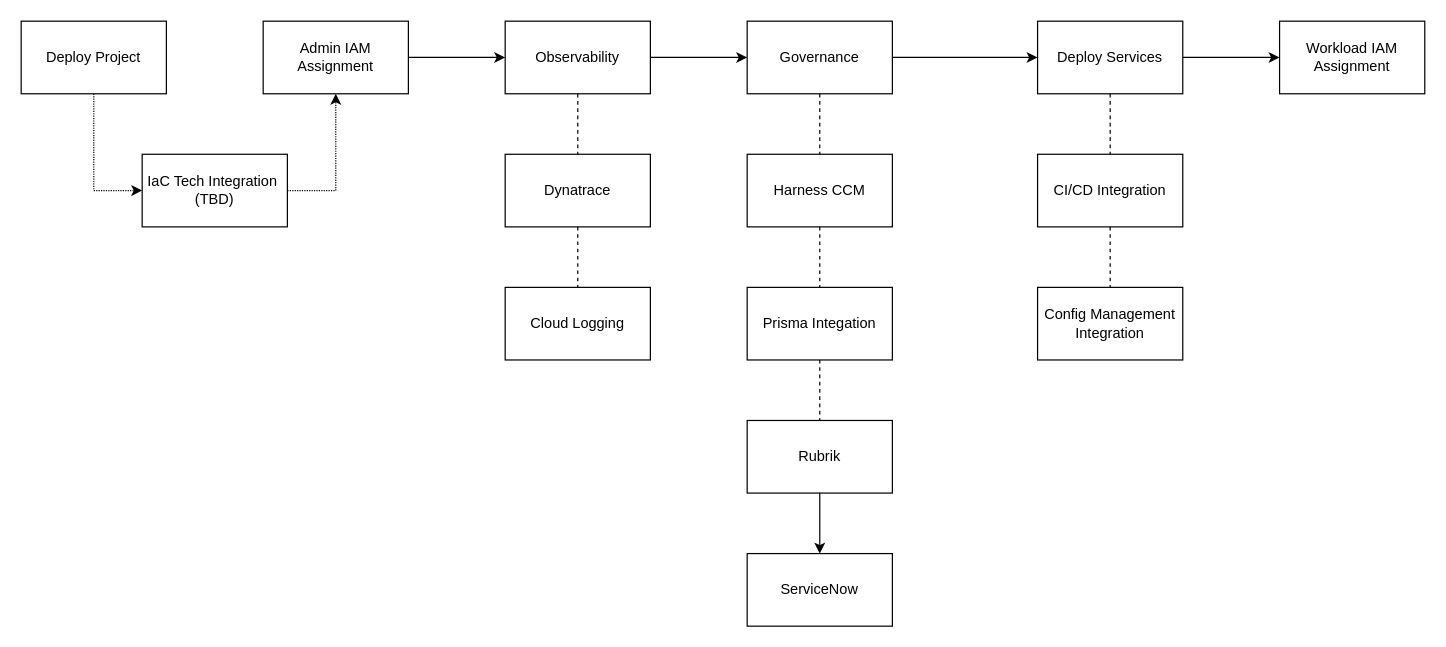
This is page "Page-3" (3 of 3) of iac_cicd.drawio from bpayt2/temp, a draw.io file, before an edit. Source tidied: cells renumbered, new cells numbered last; positions are measured from the earlier drawing's top-left corner, leaving out a move shared by most shapes. Both pictures are drawn from the tidied source at 121%, with x=0, y=0 at pixel (21, 21).
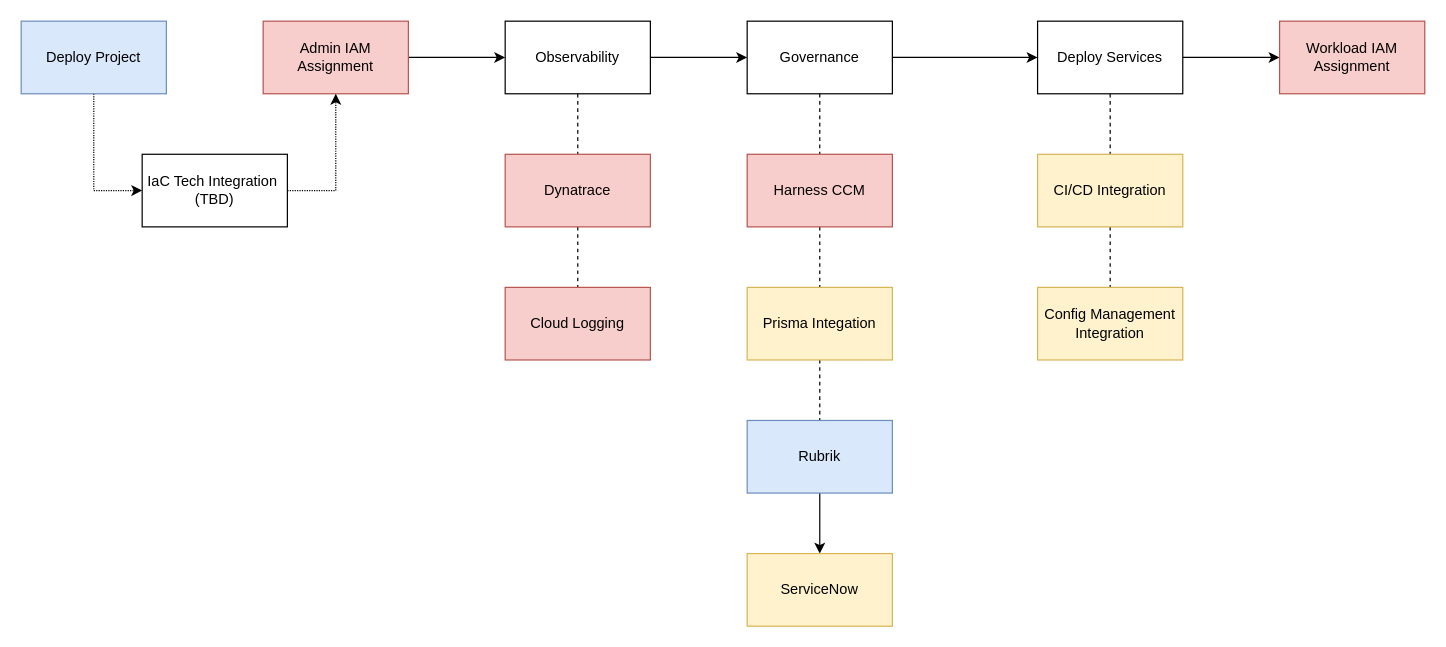
Above is the later version.

The edit, as a diff of the source:
```diff
@@
-    <mxCell id="3" value="Deploy Project" style="rounded=0;whiteSpace=wrap;html=1;" parent="1" vertex="1">
+    <mxCell id="3" value="Deploy Project" style="rounded=0;whiteSpace=wrap;html=1;fillColor=#dae8fc;strokeColor=#6c8ebf;" parent="1" vertex="1">
       <mxGeometry width="120" height="60" as="geometry" />
     </mxCell>
@@
-    <mxCell id="5" value="Admin IAM Assignment" style="rounded=0;whiteSpace=wrap;html=1;" parent="1" vertex="1">
+    <mxCell id="5" value="Admin IAM Assignment" style="rounded=0;whiteSpace=wrap;html=1;fillColor=#f8cecc;strokeColor=#b85450;" parent="1" vertex="1">
       <mxGeometry x="200" width="120" height="60" as="geometry" />
     </mxCell>
@@
-    <mxCell id="13" value="Harness CCM" style="rounded=0;whiteSpace=wrap;html=1;" parent="1" vertex="1">
+    <mxCell id="13" value="Harness CCM" style="rounded=0;whiteSpace=wrap;html=1;fillColor=#f8cecc;strokeColor=#b85450;" parent="1" vertex="1">
       <mxGeometry x="600" y="110" width="120" height="60" as="geometry" />
     </mxCell>
@@
-    <mxCell id="15" value="Prisma Integation" style="rounded=0;whiteSpace=wrap;html=1;" parent="1" vertex="1">
+    <mxCell id="15" value="Prisma Integation" style="rounded=0;whiteSpace=wrap;html=1;fillColor=#fff2cc;strokeColor=#d6b656;" parent="1" vertex="1">
       <mxGeometry x="600" y="220" width="120" height="60" as="geometry" />
     </mxCell>
@@
-    <mxCell id="17" value="Dynatrace" style="rounded=0;whiteSpace=wrap;html=1;" parent="1" vertex="1">
+    <mxCell id="17" value="Dynatrace" style="rounded=0;whiteSpace=wrap;html=1;fillColor=#f8cecc;strokeColor=#b85450;" parent="1" vertex="1">
       <mxGeometry x="400" y="110" width="120" height="60" as="geometry" />
     </mxCell>
@@
-    <mxCell id="21" value="Rubrik" style="rounded=0;whiteSpace=wrap;html=1;" parent="1" vertex="1">
+    <mxCell id="21" value="Rubrik" style="rounded=0;whiteSpace=wrap;html=1;fillColor=#dae8fc;strokeColor=#6c8ebf;" parent="1" vertex="1">
       <mxGeometry x="600" y="330" width="120" height="60" as="geometry" />
     </mxCell>
-    <mxCell id="22" value="ServiceNow" style="rounded=0;whiteSpace=wrap;html=1;" parent="1" vertex="1">
+    <mxCell id="22" value="ServiceNow" style="rounded=0;whiteSpace=wrap;html=1;fillColor=#fff2cc;strokeColor=#d6b656;" parent="1" vertex="1">
       <mxGeometry x="600" y="440" width="120" height="60" as="geometry" />
     </mxCell>
-    <mxCell id="23" value="Cloud Logging" style="rounded=0;whiteSpace=wrap;html=1;" parent="1" vertex="1">
+    <mxCell id="23" value="Cloud Logging" style="rounded=0;whiteSpace=wrap;html=1;fillColor=#f8cecc;strokeColor=#b85450;" parent="1" vertex="1">
       <mxGeometry x="400" y="220" width="120" height="60" as="geometry" />
     </mxCell>
@@
-    <mxCell id="28" value="CI/CD Integration" style="rounded=0;whiteSpace=wrap;html=1;" parent="1" vertex="1">
+    <mxCell id="28" value="CI/CD Integration" style="rounded=0;whiteSpace=wrap;html=1;fillColor=#fff2cc;strokeColor=#d6b656;" parent="1" vertex="1">
       <mxGeometry x="840" y="110" width="120" height="60" as="geometry" />
     </mxCell>
-    <mxCell id="29" value="Config Management Integration" style="rounded=0;whiteSpace=wrap;html=1;" parent="1" vertex="1">
+    <mxCell id="29" value="Config Management Integration" style="rounded=0;whiteSpace=wrap;html=1;fillColor=#fff2cc;strokeColor=#d6b656;" parent="1" vertex="1">
       <mxGeometry x="840" y="220" width="120" height="60" as="geometry" />
     </mxCell>
-    <mxCell id="30" value="Workload IAM Assignment" style="rounded=0;whiteSpace=wrap;html=1;" parent="1" vertex="1">
+    <mxCell id="30" value="Workload IAM Assignment" style="rounded=0;whiteSpace=wrap;html=1;fillColor=#f8cecc;strokeColor=#b85450;" parent="1" vertex="1">
       <mxGeometry x="1040" width="120" height="60" as="geometry" />
     </mxCell>
```
